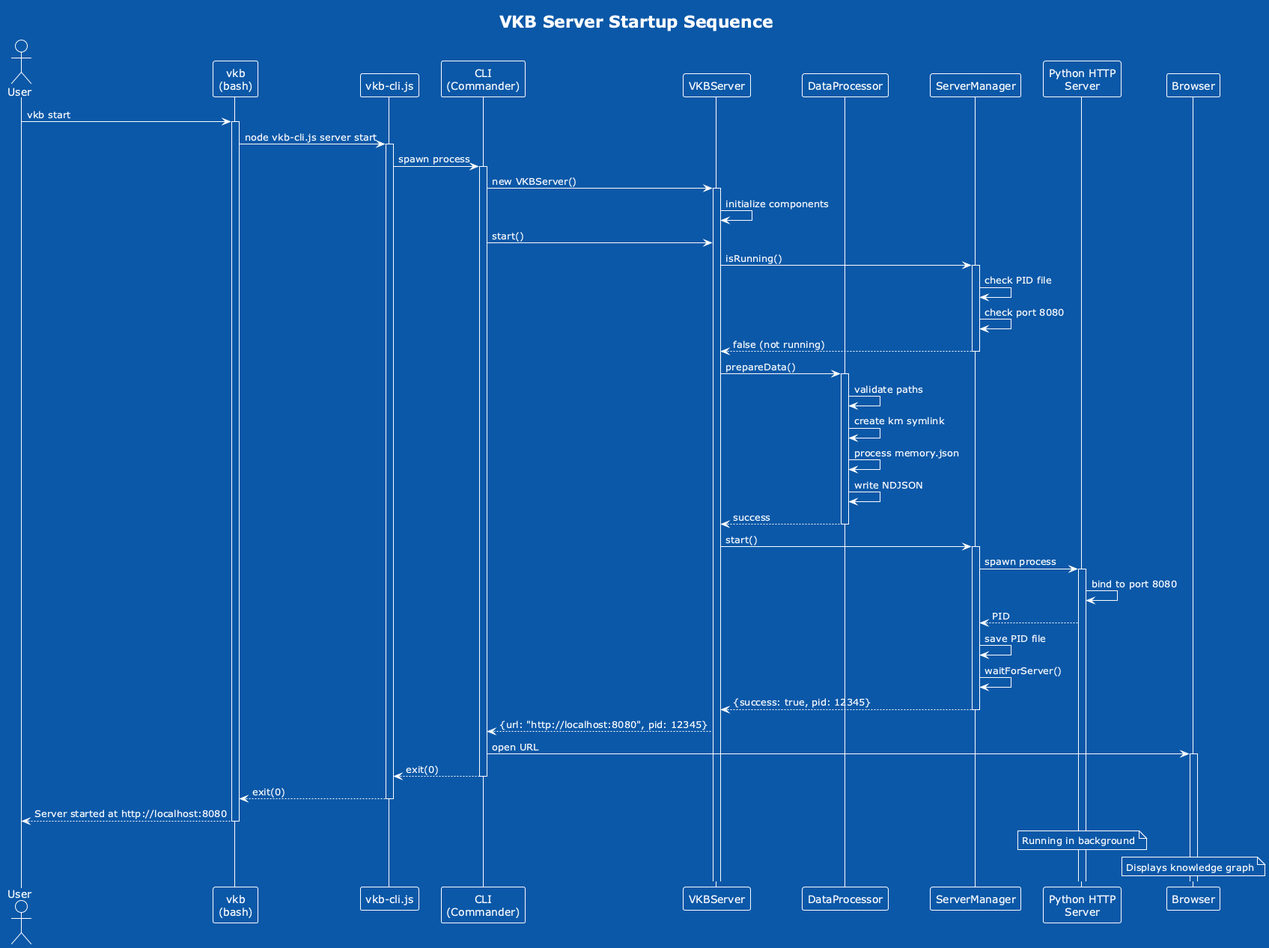
Before: docs/images/vkb-cli-sequence-start.png, a diagram exported from PlantUML (fwornle/coding). The source it was exported from:
```plantuml
@startuml vkb-cli-sequence-start
!theme amiga
title VKB Server Startup Sequence

actor User
participant "vkb\n(bash)" as vkb
participant "vkb-cli.js" as vkbcli
participant "CLI\n(Commander)" as cli
participant "VKBServer" as server
participant "DataProcessor" as dataproc
participant "ServerManager" as servermgr
participant "Python HTTP\nServer" as python
participant "Browser" as browser

User -> vkb: vkb start
activate vkb
vkb -> vkbcli: node vkb-cli.js server start
activate vkbcli
vkbcli -> cli: spawn process
activate cli

cli -> server: new VKBServer()
activate server
server -> server: initialize components

cli -> server: start()
server -> servermgr: isRunning()
activate servermgr
servermgr -> servermgr: check PID file
servermgr -> servermgr: check port 8080
servermgr --> server: false (not running)
deactivate servermgr

server -> dataproc: prepareData()
activate dataproc
dataproc -> dataproc: validate paths
dataproc -> dataproc: create km symlink
dataproc -> dataproc: process memory.json
dataproc -> dataproc: write NDJSON
dataproc --> server: success
deactivate dataproc

server -> servermgr: start()
activate servermgr
servermgr -> python: spawn process
activate python
python -> python: bind to port 8080
python --> servermgr: PID
servermgr -> servermgr: save PID file
servermgr -> servermgr: waitForServer()
servermgr --> server: {success: true, pid: 12345}
deactivate servermgr

server --> cli: {url: "http://localhost:8080", pid: 12345}
cli -> browser: open URL
activate browser

cli --> vkbcli: exit(0)
deactivate cli
vkbcli --> vkb: exit(0)
deactivate vkbcli
vkb --> User: Server started at http://localhost:8080
deactivate vkb

note over python: Running in background
note over browser: Displays knowledge graph

@enduml
```
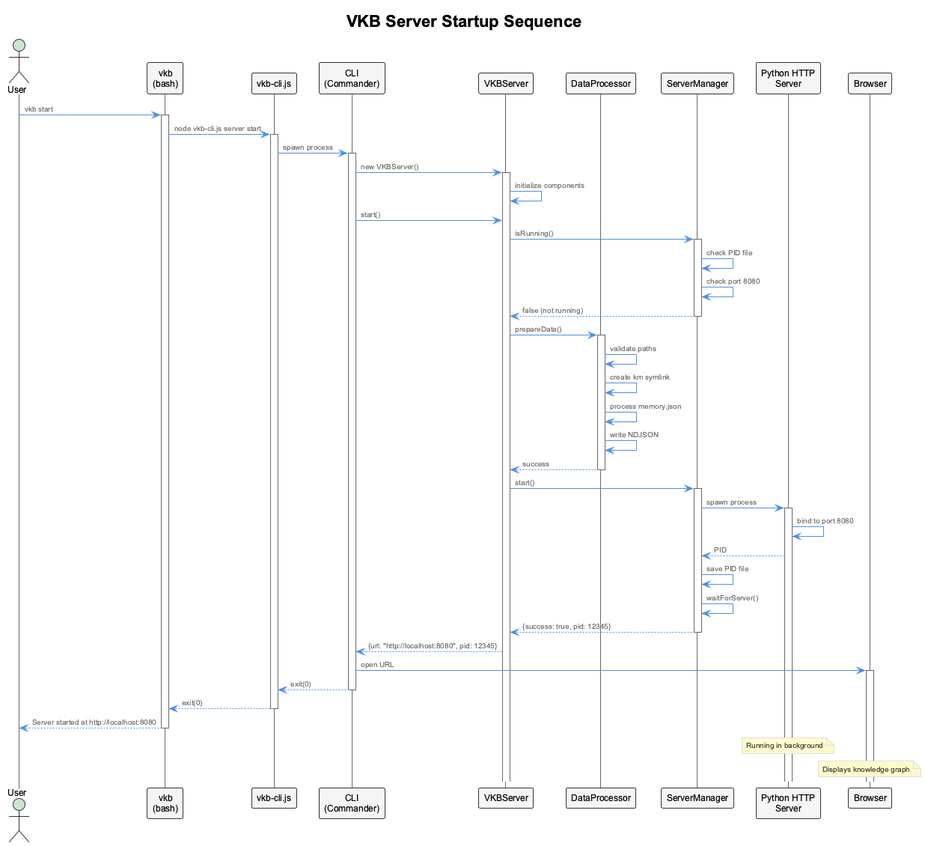
The same diagram one commit later.

What changed in the source:
```diff
@@ -1,5 +1,6 @@
 @startuml vkb-cli-sequence-start
-!theme amiga
+!include _standard-style.puml
+
 title VKB Server Startup Sequence
 
 actor User
```
